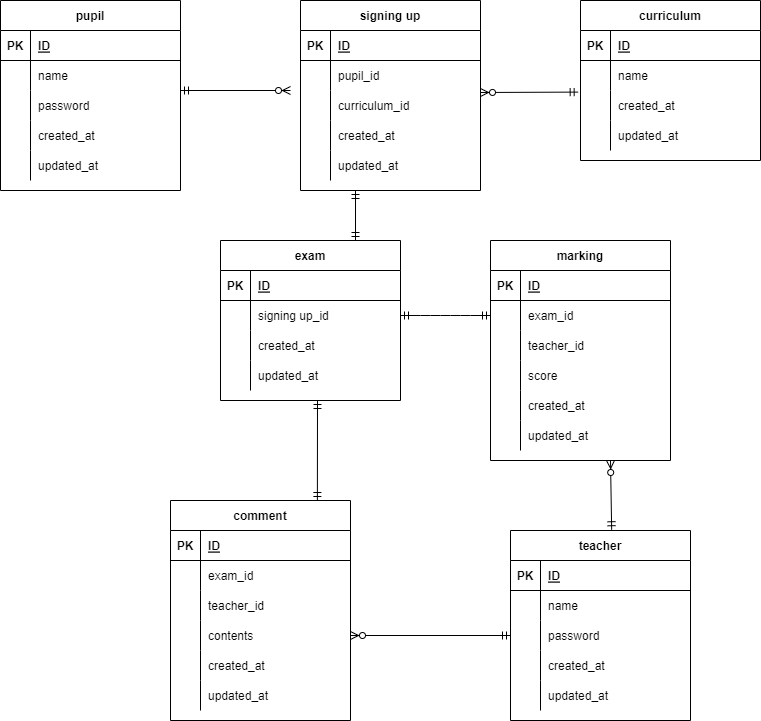
Before: index.drawio.png, a diagram exported from draw.io (ako-a/DBtest). Source tidied: cells renumbered, new cells last; positions are measured from the earlier drawing's top-left corner, leaving out a move shared by most shapes.
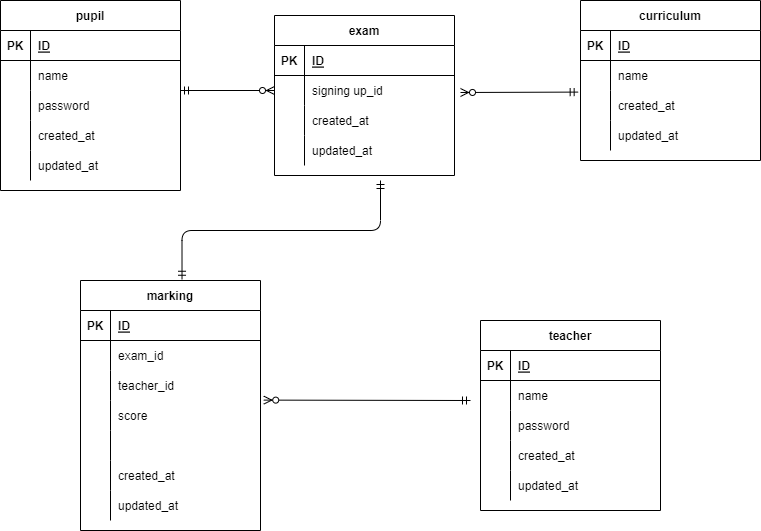
The same diagram one commit later.

Commit message:
修正内容が分かるコミットメッセージ

What changed in the source:
```diff
@@ -50,54 +50,6 @@
     <mxCell id="17" value="updated_at" style="shape=partialRectangle;fillColor=none;top=0;left=0;bottom=0;right=0;align=left;spacingLeft=6;overflow=hidden;" parent="15" vertex="1">
       <mxGeometry x="30" width="150" height="30" as="geometry" />
     </mxCell>
-    <mxCell id="18" value="signing up" style="shape=table;startSize=30;rowLines=0;fontStyle=1;align=center;" parent="1" vertex="1">
-      <mxGeometry x="300" width="180" height="190" as="geometry" />
-    </mxCell>
-    <mxCell id="19" style="shape=partialRectangle;fillColor=none;top=0;left=0;bottom=1;right=0;" parent="18" vertex="1">
-      <mxGeometry y="30" width="180" height="30" as="geometry" />
-    </mxCell>
-    <mxCell id="20" value="PK" style="shape=partialRectangle;fillColor=none;top=0;left=0;bottom=0;right=0;fontStyle=1;overflow=hidden;" parent="19" vertex="1">
-      <mxGeometry width="30" height="30" as="geometry" />
-    </mxCell>
-    <mxCell id="21" value="ID" style="shape=partialRectangle;fillColor=none;top=0;left=0;bottom=0;right=0;align=left;spacingLeft=6;fontStyle=5;overflow=hidden;" parent="19" vertex="1">
-      <mxGeometry x="30" width="150" height="30" as="geometry" />
-    </mxCell>
-    <mxCell id="22" style="shape=partialRectangle;fillColor=none;top=0;left=0;bottom=0;right=0;" parent="18" vertex="1">
-      <mxGeometry y="60" width="180" height="30" as="geometry" />
-    </mxCell>
-    <mxCell id="23" style="shape=partialRectangle;fillColor=none;top=0;left=0;bottom=0;right=0;overflow=hidden;" parent="22" vertex="1">
-      <mxGeometry width="30" height="30" as="geometry" />
-    </mxCell>
-    <mxCell id="24" value="pupil_id" style="shape=partialRectangle;fillColor=none;top=0;left=0;bottom=0;right=0;align=left;spacingLeft=6;overflow=hidden;" parent="22" vertex="1">
-      <mxGeometry x="30" width="150" height="30" as="geometry" />
-    </mxCell>
-    <mxCell id="25" style="shape=partialRectangle;fillColor=none;top=0;left=0;bottom=0;right=0;" parent="18" vertex="1">
-      <mxGeometry y="90" width="180" height="30" as="geometry" />
-    </mxCell>
-    <mxCell id="26" style="shape=partialRectangle;fillColor=none;top=0;left=0;bottom=0;right=0;overflow=hidden;" parent="25" vertex="1">
-      <mxGeometry width="30" height="30" as="geometry" />
-    </mxCell>
-    <mxCell id="27" value="curriculum_id" style="shape=partialRectangle;fillColor=none;top=0;left=0;bottom=0;right=0;align=left;spacingLeft=6;overflow=hidden;" parent="25" vertex="1">
-      <mxGeometry x="30" width="150" height="30" as="geometry" />
-    </mxCell>
-    <mxCell id="28" style="shape=partialRectangle;fillColor=none;top=0;left=0;bottom=0;right=0;" parent="18" vertex="1">
-      <mxGeometry y="120" width="180" height="30" as="geometry" />
-    </mxCell>
-    <mxCell id="29" style="shape=partialRectangle;fillColor=none;top=0;left=0;bottom=0;right=0;overflow=hidden;" parent="28" vertex="1">
-      <mxGeometry width="30" height="30" as="geometry" />
-    </mxCell>
-    <mxCell id="30" value="created_at" style="shape=partialRectangle;fillColor=none;top=0;left=0;bottom=0;right=0;align=left;spacingLeft=6;overflow=hidden;" parent="28" vertex="1">
-      <mxGeometry x="30" width="150" height="30" as="geometry" />
-    </mxCell>
-    <mxCell id="31" style="shape=partialRectangle;fillColor=none;top=0;left=0;bottom=0;right=0;" parent="18" vertex="1">
-      <mxGeometry y="150" width="180" height="30" as="geometry" />
-    </mxCell>
-    <mxCell id="32" style="shape=partialRectangle;fillColor=none;top=0;left=0;bottom=0;right=0;overflow=hidden;" parent="31" vertex="1">
-      <mxGeometry width="30" height="30" as="geometry" />
-    </mxCell>
-    <mxCell id="33" value="updated_at" style="shape=partialRectangle;fillColor=none;top=0;left=0;bottom=0;right=0;align=left;spacingLeft=6;overflow=hidden;" parent="31" vertex="1">
-      <mxGeometry x="30" width="150" height="30" as="geometry" />
-    </mxCell>
     <mxCell id="34" value="curriculum" style="shape=table;startSize=30;rowLines=0;fontStyle=1;align=center;" parent="1" vertex="1">
       <mxGeometry x="580" width="180" height="160" as="geometry" />
     </mxCell>
@@ -138,7 +90,7 @@
       <mxGeometry x="30" width="150" height="30" as="geometry" />
     </mxCell>
     <mxCell id="47" value="exam" style="shape=table;startSize=30;rowLines=0;fontStyle=1;align=center;" parent="1" vertex="1">
-      <mxGeometry x="220" y="240" width="180" height="160" as="geometry" />
+      <mxGeometry x="274" y="15" width="180" height="160" as="geometry" />
     </mxCell>
     <mxCell id="48" style="shape=partialRectangle;fillColor=none;top=0;left=0;bottom=1;right=0;" parent="47" vertex="1">
       <mxGeometry y="30" width="180" height="30" as="geometry" />
@@ -177,7 +129,7 @@
       <mxGeometry x="30" width="150" height="30" as="geometry" />
     </mxCell>
     <mxCell id="60" value="teacher" style="shape=table;startSize=30;rowLines=0;fontStyle=1;align=center;" parent="1" vertex="1">
-      <mxGeometry x="510" y="530" width="180" height="190" as="geometry" />
+      <mxGeometry x="480" y="320" width="180" height="190" as="geometry" />
     </mxCell>
     <mxCell id="61" style="shape=partialRectangle;fillColor=none;top=0;left=0;bottom=1;right=0;" parent="60" vertex="1">
       <mxGeometry y="30" width="180" height="30" as="geometry" />
@@ -225,7 +177,7 @@
       <mxGeometry x="30" width="150" height="30" as="geometry" />
     </mxCell>
     <mxCell id="76" value="marking" style="shape=table;startSize=30;rowLines=0;fontStyle=1;align=center;" parent="1" vertex="1">
-      <mxGeometry x="490" y="240" width="180" height="220" as="geometry" />
+      <mxGeometry x="80" y="280" width="180" height="250" as="geometry" />
     </mxCell>
     <mxCell id="77" style="shape=partialRectangle;fillColor=none;top=0;left=0;bottom=1;right=0;" parent="76" vertex="1">
       <mxGeometry y="30" width="180" height="30" as="geometry" />
@@ -263,8 +215,17 @@
     <mxCell id="88" value="score" style="shape=partialRectangle;fillColor=none;top=0;left=0;bottom=0;right=0;align=left;spacingLeft=6;overflow=hidden;" parent="86" vertex="1">
       <mxGeometry x="30" width="150" height="30" as="geometry" />
     </mxCell>
+    <mxCell id="121" style="shape=partialRectangle;fillColor=none;top=0;left=0;bottom=0;right=0;" parent="76" vertex="1">
+      <mxGeometry y="150" width="180" height="30" as="geometry" />
+    </mxCell>
+    <mxCell id="122" style="shape=partialRectangle;fillColor=none;top=0;left=0;bottom=0;right=0;overflow=hidden;" parent="121" vertex="1">
+      <mxGeometry width="30" height="30" as="geometry" />
+    </mxCell>
+    <mxCell id="123" style="shape=partialRectangle;fillColor=none;top=0;left=0;bottom=0;right=0;align=left;spacingLeft=6;overflow=hidden;" parent="121" vertex="1">
+      <mxGeometry x="30" width="150" height="30" as="geometry" />
+    </mxCell>
     <mxCell id="89" style="shape=partialRectangle;fillColor=none;top=0;left=0;bottom=0;right=0;" parent="76" vertex="1">
-      <mxGeometry y="150" width="180" height="30" as="geometry" />
+      <mxGeometry y="180" width="180" height="30" as="geometry" />
     </mxCell>
     <mxCell id="90" style="shape=partialRectangle;fillColor=none;top=0;left=0;bottom=0;right=0;overflow=hidden;" parent="89" vertex="1">
       <mxGeometry width="30" height="30" as="geometry" />
@@ -273,7 +234,7 @@
       <mxGeometry x="30" width="150" height="30" as="geometry" />
     </mxCell>
     <mxCell id="92" style="shape=partialRectangle;fillColor=none;top=0;left=0;bottom=0;right=0;" parent="76" vertex="1">
-      <mxGeometry y="180" width="180" height="30" as="geometry" />
+      <mxGeometry y="210" width="180" height="30" as="geometry" />
     </mxCell>
     <mxCell id="93" style="shape=partialRectangle;fillColor=none;top=0;left=0;bottom=0;right=0;overflow=hidden;" parent="92" vertex="1">
       <mxGeometry width="30" height="30" as="geometry" />
@@ -281,95 +242,31 @@
     <mxCell id="94" value="updated_at" style="shape=partialRectangle;fillColor=none;top=0;left=0;bottom=0;right=0;align=left;spacingLeft=6;overflow=hidden;" parent="92" vertex="1">
       <mxGeometry x="30" width="150" height="30" as="geometry" />
     </mxCell>
-    <mxCell id="95" value="comment" style="shape=table;startSize=30;rowLines=0;fontStyle=1;align=center;" parent="1" vertex="1">
-      <mxGeometry x="170" y="500" width="180" height="220" as="geometry" />
-    </mxCell>
-    <mxCell id="96" style="shape=partialRectangle;fillColor=none;top=0;left=0;bottom=1;right=0;" parent="95" vertex="1">
-      <mxGeometry y="30" width="180" height="30" as="geometry" />
-    </mxCell>
-    <mxCell id="97" value="PK" style="shape=partialRectangle;fillColor=none;top=0;left=0;bottom=0;right=0;fontStyle=1;overflow=hidden;" parent="96" vertex="1">
-      <mxGeometry width="30" height="30" as="geometry" />
-    </mxCell>
-    <mxCell id="98" value="ID" style="shape=partialRectangle;fillColor=none;top=0;left=0;bottom=0;right=0;align=left;spacingLeft=6;fontStyle=5;overflow=hidden;" parent="96" vertex="1">
-      <mxGeometry x="30" width="150" height="30" as="geometry" />
-    </mxCell>
-    <mxCell id="99" style="shape=partialRectangle;fillColor=none;top=0;left=0;bottom=0;right=0;" parent="95" vertex="1">
-      <mxGeometry y="60" width="180" height="30" as="geometry" />
-    </mxCell>
-    <mxCell id="100" style="shape=partialRectangle;fillColor=none;top=0;left=0;bottom=0;right=0;overflow=hidden;" parent="99" vertex="1">
-      <mxGeometry width="30" height="30" as="geometry" />
-    </mxCell>
-    <mxCell id="101" value="exam_id" style="shape=partialRectangle;fillColor=none;top=0;left=0;bottom=0;right=0;align=left;spacingLeft=6;overflow=hidden;" parent="99" vertex="1">
-      <mxGeometry x="30" width="150" height="30" as="geometry" />
-    </mxCell>
-    <mxCell id="102" style="shape=partialRectangle;fillColor=none;top=0;left=0;bottom=0;right=0;" parent="95" vertex="1">
-      <mxGeometry y="90" width="180" height="30" as="geometry" />
-    </mxCell>
-    <mxCell id="103" style="shape=partialRectangle;fillColor=none;top=0;left=0;bottom=0;right=0;overflow=hidden;" parent="102" vertex="1">
-      <mxGeometry width="30" height="30" as="geometry" />
-    </mxCell>
-    <mxCell id="104" value="teacher_id" style="shape=partialRectangle;fillColor=none;top=0;left=0;bottom=0;right=0;align=left;spacingLeft=6;overflow=hidden;" parent="102" vertex="1">
-      <mxGeometry x="30" width="150" height="30" as="geometry" />
-    </mxCell>
-    <mxCell id="105" style="shape=partialRectangle;fillColor=none;top=0;left=0;bottom=0;right=0;points=[[0,0.5],[1,0.5]];portConstraint=eastwest;" parent="95" vertex="1">
-      <mxGeometry y="120" width="180" height="30" as="geometry" />
-    </mxCell>
-    <mxCell id="106" style="shape=partialRectangle;fillColor=none;top=0;left=0;bottom=0;right=0;overflow=hidden;" parent="105" vertex="1">
-      <mxGeometry width="30" height="30" as="geometry" />
-    </mxCell>
-    <mxCell id="107" value="contents" style="shape=partialRectangle;fillColor=none;top=0;left=0;bottom=0;right=0;align=left;spacingLeft=6;overflow=hidden;" parent="105" vertex="1">
-      <mxGeometry x="30" width="150" height="30" as="geometry" />
-    </mxCell>
-    <mxCell id="108" style="shape=partialRectangle;fillColor=none;top=0;left=0;bottom=0;right=0;" parent="95" vertex="1">
-      <mxGeometry y="150" width="180" height="30" as="geometry" />
-    </mxCell>
-    <mxCell id="109" style="shape=partialRectangle;fillColor=none;top=0;left=0;bottom=0;right=0;overflow=hidden;" parent="108" vertex="1">
-      <mxGeometry width="30" height="30" as="geometry" />
-    </mxCell>
-    <mxCell id="110" value="created_at" style="shape=partialRectangle;fillColor=none;top=0;left=0;bottom=0;right=0;align=left;spacingLeft=6;overflow=hidden;" parent="108" vertex="1">
-      <mxGeometry x="30" width="150" height="30" as="geometry" />
-    </mxCell>
-    <mxCell id="111" style="shape=partialRectangle;fillColor=none;top=0;left=0;bottom=0;right=0;" parent="95" vertex="1">
-      <mxGeometry y="180" width="180" height="30" as="geometry" />
-    </mxCell>
-    <mxCell id="112" style="shape=partialRectangle;fillColor=none;top=0;left=0;bottom=0;right=0;overflow=hidden;" parent="111" vertex="1">
-      <mxGeometry width="30" height="30" as="geometry" />
-    </mxCell>
-    <mxCell id="113" value="updated_at" style="shape=partialRectangle;fillColor=none;top=0;left=0;bottom=0;right=0;align=left;spacingLeft=6;overflow=hidden;" parent="111" vertex="1">
-      <mxGeometry x="30" width="150" height="30" as="geometry" />
-    </mxCell>
-    <mxCell id="114" style="fontSize=12;html=1;endArrow=ERzeroToMany;startArrow=ERmandOne;" parent="1" edge="1">
+    <mxCell id="114" style="fontSize=12;html=1;endArrow=ERzeroToMany;startArrow=ERmandOne;entryX=0;entryY=0.5;entryDx=0;entryDy=0;" parent="1" edge="1" target="51">
       <mxGeometry relative="1" as="geometry">
         <mxPoint x="180" y="90" as="sourcePoint" />
-        <mxPoint x="290" y="90" as="targetPoint" />
       </mxGeometry>
     </mxCell>
     <mxCell id="115" style="fontSize=12;html=1;endArrow=ERzeroToMany;startArrow=ERmandOne;exitX=-0.013;exitY=0.053;exitDx=0;exitDy=0;exitPerimeter=0;" parent="1" edge="1" source="41">
       <mxGeometry relative="1" as="geometry">
-        <mxPoint x="480" y="92" as="targetPoint" />
+        <mxPoint x="460" y="92" as="targetPoint" />
+        <Array as="points">
+          <mxPoint x="460" y="92" />
+        </Array>
       </mxGeometry>
     </mxCell>
-    <mxCell id="116" style="fontSize=12;html=1;endArrow=ERmandOne;startArrow=ERmandOne;exitX=0.75;exitY=0;exitDx=0;exitDy=0;" parent="1" edge="1" source="47">
-      <mxGeometry relative="1" as="geometry">
-        <mxPoint x="355" y="190" as="targetPoint" />
-      </mxGeometry>
-    </mxCell>
-    <mxCell id="117" style="edgeStyle=entityRelationEdgeStyle;fontSize=12;html=1;endArrow=ERmandOne;startArrow=ERmandOne;exitX=1;exitY=0.5;exitDx=0;exitDy=0;" parent="1" edge="1" source="51">
+    <mxCell id="117" style="fontSize=12;html=1;endArrow=ERmandOne;startArrow=ERmandOne;entryX=0.564;entryY=-0.005;entryDx=0;entryDy=0;entryPerimeter=0;edgeStyle=orthogonalEdgeStyle;" parent="1" edge="1" target="76">
       <mxGeometry relative="1" as="geometry">
-        <mxPoint x="490" y="315" as="targetPoint" />
+        <mxPoint x="380" y="180" as="sourcePoint" />
+        <Array as="points">
+          <mxPoint x="380" y="230" />
+          <mxPoint x="182" y="230" />
+        </Array>
       </mxGeometry>
     </mxCell>
-    <mxCell id="118" style="fontSize=12;html=1;endArrow=ERmandOne;startArrow=ERmandOne;exitX=0.816;exitY=0;exitDx=0;exitDy=0;exitPerimeter=0;" parent="1" edge="1" source="95">
-      <mxGeometry relative="1" as="geometry">
-        <mxPoint x="317" y="400" as="targetPoint" />
-      </mxGeometry>
-    </mxCell>
-    <mxCell id="119" style="fontSize=12;html=1;endArrow=ERzeroToMany;startArrow=ERmandOne;exitX=0;exitY=0.5;exitDx=0;exitDy=0;entryX=1;entryY=0.5;entryDx=0;entryDy=0;" parent="1" edge="1" source="67" target="105">
-      <mxGeometry relative="1" as="geometry" />
-    </mxCell>
-    <mxCell id="120" style="fontSize=12;html=1;endArrow=ERzeroToMany;startArrow=ERmandOne;exitX=0.562;exitY=-0.004;exitDx=0;exitDy=0;exitPerimeter=0;" parent="1" edge="1" source="60">
+    <mxCell id="120" style="fontSize=12;html=1;endArrow=ERzeroToMany;startArrow=ERmandOne;entryX=1.018;entryY=-0.013;entryDx=0;entryDy=0;entryPerimeter=0;" parent="1" edge="1" target="86">
       <mxGeometry relative="1" as="geometry">
-        <mxPoint x="610" y="460" as="targetPoint" />
+        <mxPoint x="470" y="400" as="sourcePoint" />
       </mxGeometry>
     </mxCell>
   </root>
```
